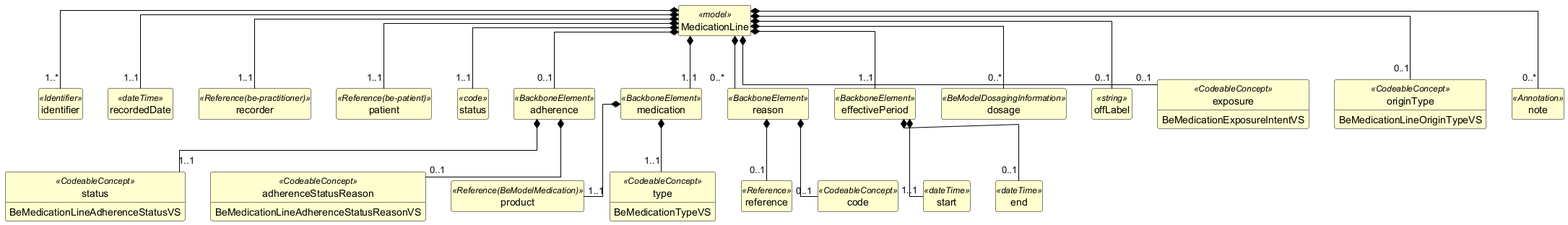
The PlantUML diagram exports/diagrams/MedicationLine-uml.png in caresets/caresets-src, before a commit.
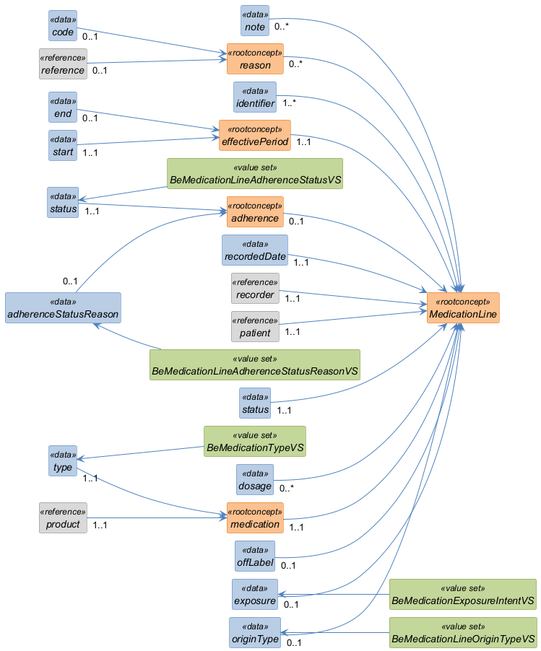
Later version of the same file.

The edit, as a diff of the source:
```diff
@@ -1,111 +1,133 @@
 @startuml
+left to right direction
 skinparam shadowing false
+skinparam nodesep 10
+skinparam ranksep 40
 skinparam classAttributeIconSize 0
-skinparam linetype ortho
 skinparam class {
-  BackgroundColor #FEFECE
-  BorderColor #000000
-  ArrowColor #000000
-  FontStyle bold
-  AttributeFontStyle normal
+  FontStyle italic
+  BackgroundColor<<rootconcept>> #FAC08F
+  BorderColor<<rootconcept>> #E36C0A
+  BackgroundColor<<data>> #B8CCE4
+  BorderColor<<data>> #4F81BD
+  BackgroundColor<<reference>> #D9D9D9
+  BorderColor<<reference>> #808080
+  BackgroundColor<<value set>> #C3D69B
+  BorderColor<<value set>> #77933C
+  ArrowColor #4F81BD
 }
 hide circle
 hide empty members
 
-class "MedicationLine" as MedicationLine <<model>> {
+class "MedicationLine" as MedicationLine <<rootconcept>> {
 }
 
-class "identifier" as MedicationLine_identifier <<Identifier>> {
+class "identifier" as MedicationLine_identifier <<data>> {
 }
 
-class "recordedDate" as MedicationLine_recordedDate <<dateTime>> {
+class "recordedDate" as MedicationLine_recordedDate <<data>> {
 }
 
-class "recorder" as MedicationLine_recorder <<Reference(be-practitioner)>> {
+class "recorder" as MedicationLine_recorder <<reference>> {
 }
 
-class "patient" as MedicationLine_patient <<Reference(be-patient)>> {
+class "patient" as MedicationLine_patient <<reference>> {
 }
 
-class "status" as MedicationLine_status <<code>> {
+class "status" as MedicationLine_status <<data>> {
 }
 
-class "adherence" as MedicationLine_adherence <<BackboneElement>> {
+class "adherence" as MedicationLine_adherence <<rootconcept>> {
 }
 
-class "status" as MedicationLine_adherence_status <<CodeableConcept>> {
-  BeMedicationLineAdherenceStatusVS
+class "status" as MedicationLine_adherence_status <<data>> {
 }
 
-class "adherenceStatusReason" as MedicationLine_adherence_adherenceStatusReason <<CodeableConcept>> {
-  BeMedicationLineAdherenceStatusReasonVS
+class "BeMedicationLineAdherenceStatusVS" as MedicationLine_adherence_status_vs <<value set>> {
 }
 
-class "medication" as MedicationLine_medication <<BackboneElement>> {
+class "adherenceStatusReason" as MedicationLine_adherence_adherenceStatusReason <<data>> {
 }
 
-class "product" as MedicationLine_medication_product <<Reference(BeModelMedication)>> {
+class "BeMedicationLineAdherenceStatusReasonVS" as MedicationLine_adherence_adherenceStatusReason_vs <<value set>> {
 }
 
-class "type" as MedicationLine_medication_type <<CodeableConcept>> {
-  BeMedicationTypeVS
+class "medication" as MedicationLine_medication <<rootconcept>> {
 }
 
-class "reason" as MedicationLine_reason <<BackboneElement>> {
+class "product" as MedicationLine_medication_product <<reference>> {
 }
 
-class "reference" as MedicationLine_reason_reference <<Reference>> {
+class "type" as MedicationLine_medication_type <<data>> {
 }
 
-class "code" as MedicationLine_reason_code <<CodeableConcept>> {
+class "BeMedicationTypeVS" as MedicationLine_medication_type_vs <<value set>> {
 }
 
-class "effectivePeriod" as MedicationLine_effectivePeriod <<BackboneElement>> {
+class "reason" as MedicationLine_reason <<rootconcept>> {
 }
 
-class "start" as MedicationLine_effectivePeriod_start <<dateTime>> {
+class "reference" as MedicationLine_reason_reference <<reference>> {
 }
 
-class "end" as MedicationLine_effectivePeriod_end <<dateTime>> {
+class "code" as MedicationLine_reason_code <<data>> {
 }
 
-class "dosage" as MedicationLine_dosage <<BeModelDosagingInformation>> {
+class "effectivePeriod" as MedicationLine_effectivePeriod <<rootconcept>> {
 }
 
-class "offLabel" as MedicationLine_offLabel <<string>> {
+class "start" as MedicationLine_effectivePeriod_start <<data>> {
 }
 
-class "exposure" as MedicationLine_exposure <<CodeableConcept>> {
-  BeMedicationExposureIntentVS
+class "end" as MedicationLine_effectivePeriod_end <<data>> {
 }
 
-class "originType" as MedicationLine_originType <<CodeableConcept>> {
-  BeMedicationLineOriginTypeVS
+class "dosage" as MedicationLine_dosage <<data>> {
 }
 
-class "note" as MedicationLine_note <<Annotation>> {
+class "offLabel" as MedicationLine_offLabel <<data>> {
 }
 
-MedicationLine *-- "1..*" MedicationLine_identifier
-MedicationLine *-- "1..1" MedicationLine_recordedDate
-MedicationLine *-- "1..1" MedicationLine_recorder
-MedicationLine *-- "1..1" MedicationLine_patient
-MedicationLine *-- "1..1" MedicationLine_status
-MedicationLine *-- "0..1" MedicationLine_adherence
-MedicationLine_adherence *-- "1..1" MedicationLine_adherence_status
-MedicationLine_adherence *-- "0..1" MedicationLine_adherence_adherenceStatusReason
-MedicationLine *-- "1..1" MedicationLine_medication
-MedicationLine_medication *-- "1..1" MedicationLine_medication_product
-MedicationLine_medication *-- "1..1" MedicationLine_medication_type
-MedicationLine *-- "0..*" MedicationLine_reason
-MedicationLine_reason *-- "0..1" MedicationLine_reason_reference
-MedicationLine_reason *-- "0..1" MedicationLine_reason_code
-MedicationLine *-- "1..1" MedicationLine_effectivePeriod
-MedicationLine_effectivePeriod *-- "1..1" MedicationLine_effectivePeriod_start
-MedicationLine_effectivePeriod *-- "0..1" MedicationLine_effectivePeriod_end
-MedicationLine *-- "0..*" MedicationLine_dosage
-MedicationLine *-- "0..1" MedicationLine_offLabel
-MedicationLine *-- "0..1" MedicationLine_exposure
-MedicationLine *-- "0..1" MedicationLine_originType
-MedicationLine *-- "0..*" MedicationLine_note
+class "exposure" as MedicationLine_exposure <<data>> {
+}
+
+class "BeMedicationExposureIntentVS" as MedicationLine_exposure_vs <<value set>> {
+}
+
+class "originType" as MedicationLine_originType <<data>> {
+}
+
+class "BeMedicationLineOriginTypeVS" as MedicationLine_originType_vs <<value set>> {
+}
+
+class "note" as MedicationLine_note <<data>> {
+}
+
+MedicationLine_adherence_status <-- MedicationLine_adherence_status_vs
+MedicationLine_adherence_adherenceStatusReason <-- MedicationLine_adherence_adherenceStatusReason_vs
+MedicationLine_medication_type <-- MedicationLine_medication_type_vs
+MedicationLine_exposure <-- MedicationLine_exposure_vs
+MedicationLine_originType <-- MedicationLine_originType_vs
+MedicationLine_identifier "1..*" --> MedicationLine
+MedicationLine_recordedDate "1..1" --> MedicationLine
+MedicationLine_recorder "1..1" --> MedicationLine
+MedicationLine_patient "1..1" --> MedicationLine
+MedicationLine_status "1..1" --> MedicationLine
+MedicationLine_adherence "0..1" --> MedicationLine
+MedicationLine_adherence_status "1..1" --> MedicationLine_adherence
+MedicationLine_adherence_adherenceStatusReason "0..1" --> MedicationLine_adherence
+MedicationLine_medication "1..1" --> MedicationLine
+MedicationLine_medication_product "1..1" --> MedicationLine_medication
+MedicationLine_medication_type "1..1" --> MedicationLine_medication
+MedicationLine_reason "0..*" --> MedicationLine
+MedicationLine_reason_reference "0..1" --> MedicationLine_reason
+MedicationLine_reason_code "0..1" --> MedicationLine_reason
+MedicationLine_effectivePeriod "1..1" --> MedicationLine
+MedicationLine_effectivePeriod_start "1..1" --> MedicationLine_effectivePeriod
+MedicationLine_effectivePeriod_end "0..1" --> MedicationLine_effectivePeriod
+MedicationLine_dosage "0..*" --> MedicationLine
+MedicationLine_offLabel "0..1" --> MedicationLine
+MedicationLine_exposure "0..1" --> MedicationLine
+MedicationLine_originType "0..1" --> MedicationLine
+MedicationLine_note "0..*" --> MedicationLine
 @enduml
```
